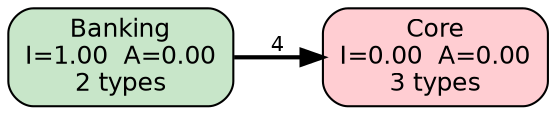
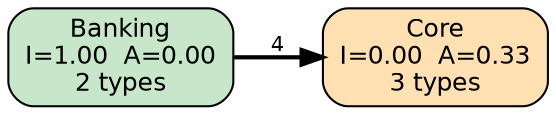
digraph {
  rankdir=LR;
  fontname="Helvetica";
  fontsize=12;
  node [shape=box style="rounded,filled" fontname="Helvetica" fontsize=12];
  edge [fontname="Helvetica" fontsize=10];
  "Banking" [label="Banking\nI=1.00  A=0.00\n2 types" fillcolor="#c8e6c9"];
-   "Core" [label="Core\nI=0.00  A=0.00\n3 types" fillcolor="#ffcdd2"];
+   "Core" [label="Core\nI=0.00  A=0.33\n3 types" fillcolor="#ffe0b2"];
  "Banking" -> "Core" [penwidth=2.0 label="4"];
}
